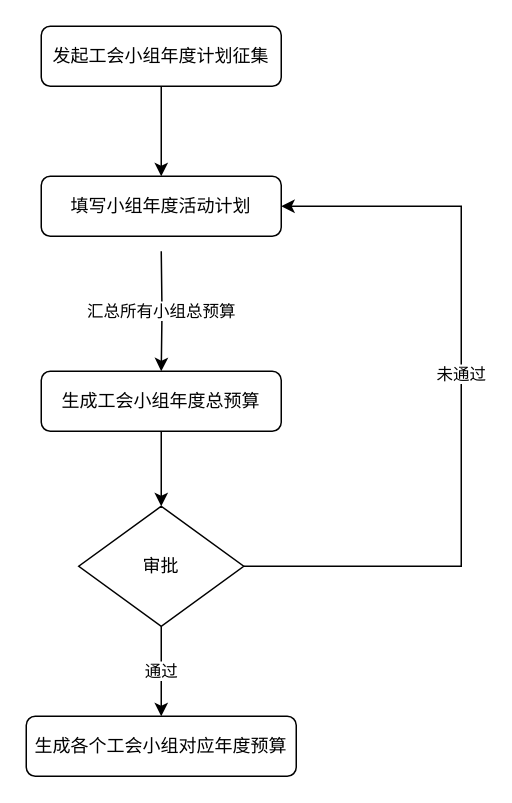
Earlier version of the draw.io diagram 未命名绘图.drawio (LY-CS/Test). Source tidied: cells renumbered, new cells numbered last; positions are measured from the earlier drawing's top-left corner, leaving out a move shared by most shapes. Both pictures are drawn from the tidied source at 150%, with x=0, y=0 at pixel (26, 26).
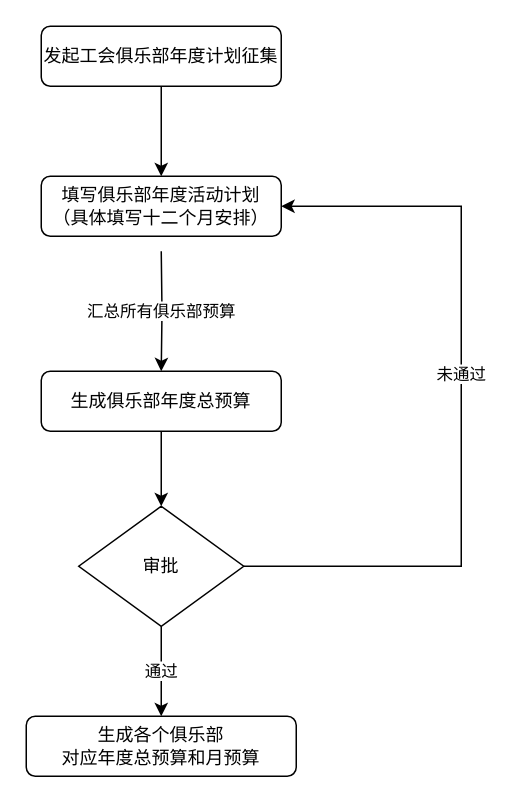
The same diagram, later.

Commit message:
工会俱乐部年度计划流程

What changed in the source:
```diff
@@
 <mxGraphModel>
   <root>
     <mxCell id="0" />
     <mxCell id="1" parent="0" />
     <mxCell id="2" style="edgeStyle=orthogonalEdgeStyle;rounded=0;jettySize=auto;html=1;" parent="1" edge="1" source="3" target="5">
       <mxGeometry relative="1" as="geometry" />
     </mxCell>
-    <mxCell id="3" value="发起工会小组年度计划征集" style="rounded=1;whiteSpace=wrap;html=1;" parent="1" vertex="1">
+    <mxCell id="3" value="发起工会俱乐部年度计划征集" style="rounded=1;whiteSpace=wrap;html=1;" parent="1" vertex="1">
       <mxGeometry x="10" width="160" height="40" as="geometry" />
     </mxCell>
-    <mxCell id="4" value="汇总所有小组总预算" style="edgeStyle=orthogonalEdgeStyle;rounded=0;jettySize=auto;html=1;" parent="1" edge="1" target="7">
+    <mxCell id="4" value="汇总所有俱乐部预算" style="edgeStyle=orthogonalEdgeStyle;rounded=0;jettySize=auto;html=1;" parent="1" edge="1" target="7">
       <mxGeometry relative="1" as="geometry">
         <mxPoint x="90" y="150" as="sourcePoint" />
       </mxGeometry>
     </mxCell>
-    <mxCell id="5" value="填写小组年度活动计划" style="rounded=1;whiteSpace=wrap;html=1;" parent="1" vertex="1">
+    <mxCell id="5" value="填写俱乐部年度活动计划&lt;br&gt;（具体填写十二个月安排）" style="rounded=1;whiteSpace=wrap;html=1;" parent="1" vertex="1">
       <mxGeometry x="10" y="100" width="160" height="40" as="geometry" />
     </mxCell>
     <mxCell id="6" style="edgeStyle=orthogonalEdgeStyle;rounded=0;jettySize=auto;html=1;" parent="1" edge="1" source="7" target="11">
       <mxGeometry relative="1" as="geometry" />
     </mxCell>
-    <mxCell id="7" value="生成工会小组年度总预算" style="rounded=1;whiteSpace=wrap;html=1;" parent="1" vertex="1">
+    <mxCell id="7" value="生成俱乐部年度总预算" style="rounded=1;whiteSpace=wrap;html=1;" parent="1" vertex="1">
       <mxGeometry x="10" y="230" width="160" height="40" as="geometry" />
     </mxCell>
     <mxCell id="8" value="通过" style="edgeStyle=orthogonalEdgeStyle;rounded=0;jettySize=auto;html=1;" parent="1" edge="1" source="11" target="12">
       <mxGeometry relative="1" as="geometry" />
     </mxCell>
     <mxCell id="9" style="edgeStyle=orthogonalEdgeStyle;rounded=0;jettySize=auto;html=1;entryX=1;entryY=0.5;entryDx=0;entryDy=0;" parent="1" edge="1" source="11" target="5">
       <mxGeometry relative="1" as="geometry">
         <Array as="points">
           <mxPoint x="290" y="360" />
           <mxPoint x="290" y="120" />
         </Array>
       </mxGeometry>
     </mxCell>
     <mxCell id="10" value="未通过" style="edgeLabel;html=1;align=center;verticalAlign=middle;" parent="9" vertex="1">
       <mxGeometry x="0.13" y="1" relative="1" as="geometry">
         <mxPoint y="11" as="offset" />
       </mxGeometry>
     </mxCell>
     <mxCell id="11" value="审批" style="rhombus;whiteSpace=wrap;html=1;" parent="1" vertex="1">
       <mxGeometry x="35" y="320" width="110" height="80" as="geometry" />
     </mxCell>
-    <mxCell id="12" value="生成各个工会小组对应年度预算" style="rounded=1;whiteSpace=wrap;html=1;" parent="1" vertex="1">
+    <mxCell id="12" value="生成各个俱乐部&lt;br&gt;对应年度总预算和月预算" style="rounded=1;whiteSpace=wrap;html=1;" parent="1" vertex="1">
       <mxGeometry y="460" width="180" height="40" as="geometry" />
     </mxCell>
   </root>
 </mxGraphModel>
```
